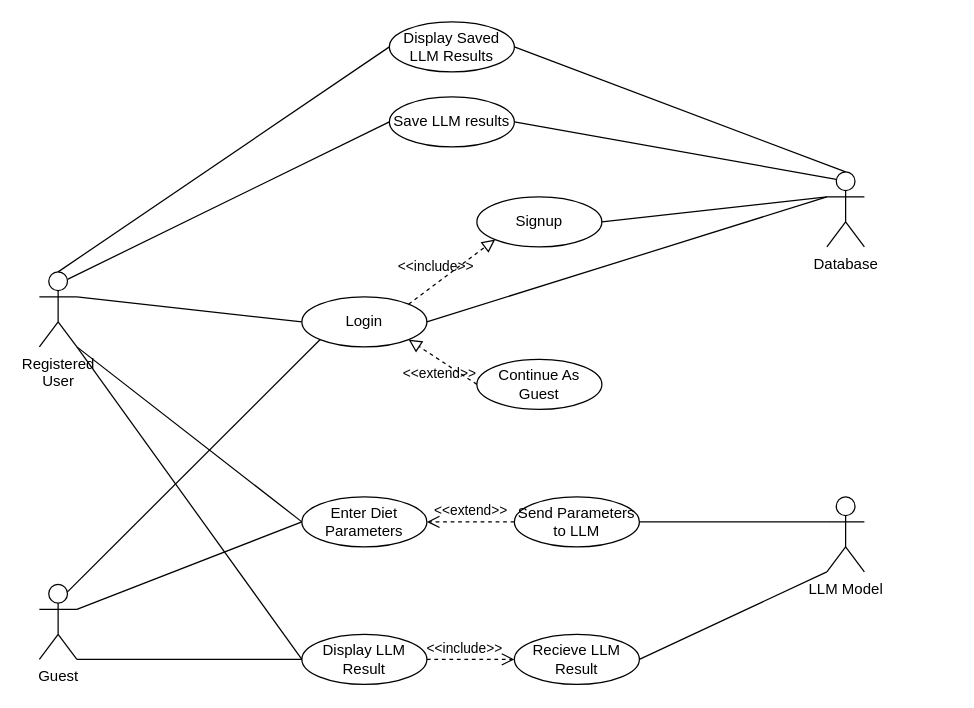
Above: diagrams/use-case.drawio in ChrisMichaudd/seng401test (draw.io), before the change. Source tidied: cells renumbered, new cells numbered last; positions are measured from the earlier drawing's top-left corner, leaving out a move shared by most shapes. Both pictures are drawn from the tidied source at 125%, with x=0, y=0 at pixel (39, 21).
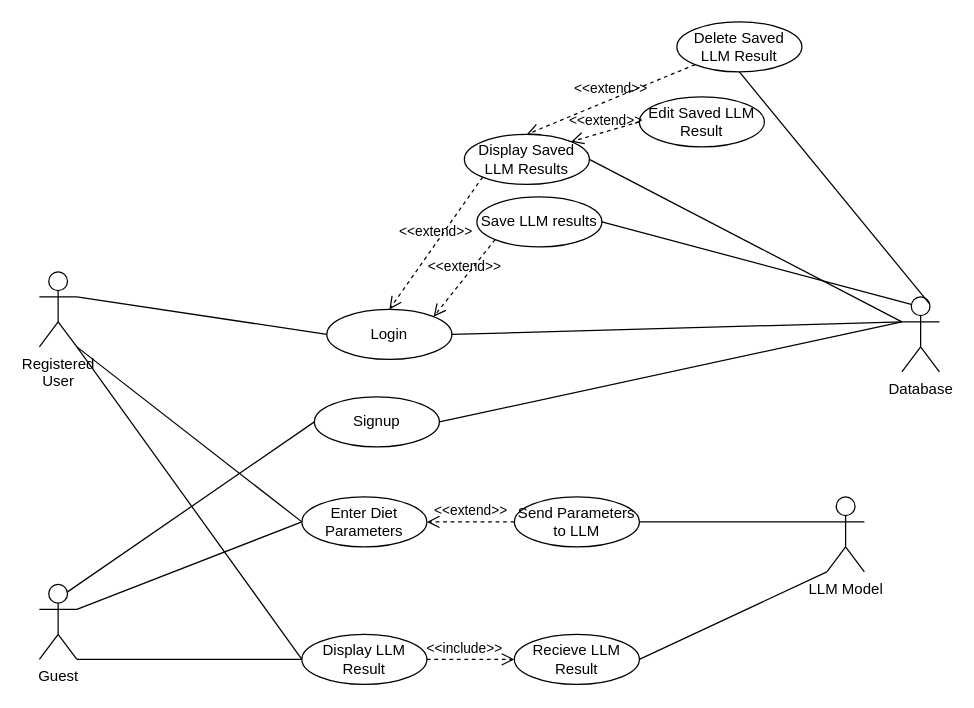
The same diagram, later.

The change refers to these unchanged cells:
```xml
<mxCell id="2" value="Registered&lt;br&gt;User" style="shape=umlActor;verticalLabelPosition=bottom;verticalAlign=top;html=1;outlineConnect=0;" parent="1" vertex="1">
  <mxGeometry y="200" width="30" height="60" as="geometry" />
</mxCell>
<mxCell id="29" value="Guest" style="shape=umlActor;verticalLabelPosition=bottom;verticalAlign=top;html=1;outlineConnect=0;" parent="1" vertex="1">
  <mxGeometry y="450" width="30" height="60" as="geometry" />
</mxCell>
```

Diff of the diagram source:
```diff
@@
     <mxCell id="4" value="Login" style="ellipse;whiteSpace=wrap;html=1;align=center;" parent="1" vertex="1">
-      <mxGeometry x="210" y="220" width="100" height="40" as="geometry" />
+      <mxGeometry x="230" y="230" width="100" height="40" as="geometry" />
     </mxCell>
-    <mxCell id="5" value="&amp;lt;&amp;lt;include&amp;gt;&amp;gt;" style="endArrow=block;startArrow=none;endFill=0;startFill=0;endSize=8;html=1;verticalAlign=bottom;dashed=1;labelBackgroundColor=none;rounded=0;exitX=1;exitY=0;exitDx=0;exitDy=0;entryX=0;entryY=1;entryDx=0;entryDy=0;" parent="1" edge="1" source="4" target="6">
-      <mxGeometry x="-0.3" y="4" relative="1" as="geometry" />
-    </mxCell>
     <mxCell id="6" value="Signup" style="ellipse;whiteSpace=wrap;html=1;align=center;" parent="1" vertex="1">
-      <mxGeometry x="350" y="140" width="100" height="40" as="geometry" />
+      <mxGeometry x="220" y="300" width="100" height="40" as="geometry" />
     </mxCell>
-    <mxCell id="7" value="&amp;lt;&amp;lt;extend&amp;gt;&amp;gt;" style="endArrow=block;startArrow=none;endFill=0;startFill=0;endSize=8;html=1;verticalAlign=bottom;dashed=1;labelBackgroundColor=none;rounded=0;entryX=1;entryY=1;entryDx=0;entryDy=0;exitX=0;exitY=0.5;exitDx=0;exitDy=0;" parent="1" edge="1" source="8" target="4">
-      <mxGeometry x="-0.23" y="16" relative="1" as="geometry" />
-    </mxCell>
-    <mxCell id="8" value="Continue As Guest" style="ellipse;whiteSpace=wrap;html=1;align=center;" parent="1" vertex="1">
-      <mxGeometry x="350" y="270" width="100" height="40" as="geometry" />
-    </mxCell>
     <mxCell id="9" value="Database" style="shape=umlActor;verticalLabelPosition=bottom;verticalAlign=top;html=1;" parent="1" vertex="1">
-      <mxGeometry x="630" y="120" width="30" height="60" as="geometry" />
+      <mxGeometry x="690" y="220" width="30" height="60" as="geometry" />
     </mxCell>
@@
     <mxCell id="19" value="Save LLM results" style="ellipse;whiteSpace=wrap;html=1;align=center;" parent="1" vertex="1">
-      <mxGeometry x="280" y="60" width="100" height="40" as="geometry" />
+      <mxGeometry x="350" y="140" width="100" height="40" as="geometry" />
     </mxCell>
-    <mxCell id="20" style="endArrow=none;html=1;rounded=0;exitX=0.75;exitY=0.1;exitDx=0;exitDy=0;exitPerimeter=0;entryX=0;entryY=0.5;entryDx=0;entryDy=0;" parent="1" edge="1" source="2" target="19">
-      <mxGeometry relative="1" as="geometry" />
-    </mxCell>
@@
     <mxCell id="23" value="Display Saved LLM Results" style="ellipse;whiteSpace=wrap;html=1;align=center;" parent="1" vertex="1">
-      <mxGeometry x="280" width="100" height="40" as="geometry" />
+      <mxGeometry x="340" y="90" width="100" height="40" as="geometry" />
     </mxCell>
-    <mxCell id="24" style="endArrow=none;html=1;rounded=0;exitX=0.5;exitY=0;exitDx=0;exitDy=0;exitPerimeter=0;entryX=0;entryY=0.5;entryDx=0;entryDy=0;" parent="1" edge="1" source="2" target="23">
-      <mxGeometry relative="1" as="geometry" />
-    </mxCell>
-    <mxCell id="25" style="endArrow=none;html=1;rounded=0;entryX=0.5;entryY=0;entryDx=0;entryDy=0;entryPerimeter=0;exitX=1;exitY=0.5;exitDx=0;exitDy=0;" parent="1" edge="1" source="23" target="9">
-      <mxGeometry relative="1" as="geometry" />
+    <mxCell id="25" style="endArrow=none;html=1;rounded=0;exitX=1;exitY=0.5;exitDx=0;exitDy=0;" parent="1" edge="1" source="23">
+      <mxGeometry relative="1" as="geometry">
+        <mxPoint x="690" y="240" as="targetPoint" />
+      </mxGeometry>
     </mxCell>
@@
-    <mxCell id="32" style="endArrow=none;html=1;rounded=0;exitX=0.75;exitY=0.1;exitDx=0;exitDy=0;exitPerimeter=0;entryX=0;entryY=1;entryDx=0;entryDy=0;" parent="1" edge="1" source="29" target="4">
-      <mxGeometry relative="1" as="geometry" />
-    </mxCell>
+    <mxCell id="33" style="endArrow=none;html=1;rounded=0;exitX=0.75;exitY=0.1;exitDx=0;exitDy=0;exitPerimeter=0;entryX=0;entryY=0.5;entryDx=0;entryDy=0;" parent="1" edge="1" source="29" target="6">
+      <mxGeometry relative="1" as="geometry" />
+    </mxCell>
+    <mxCell id="34" value="&amp;lt;&amp;lt;extend&amp;gt;&amp;gt;" style="endArrow=open;startArrow=none;endFill=0;startFill=0;endSize=8;html=1;verticalAlign=bottom;dashed=1;labelBackgroundColor=none;rounded=0;entryX=1;entryY=0;entryDx=0;entryDy=0;exitX=0;exitY=1;exitDx=0;exitDy=0;" parent="1" edge="1" source="19" target="4">
+      <mxGeometry relative="1" as="geometry" />
+    </mxCell>
+    <mxCell id="35" value="&amp;lt;&amp;lt;extend&amp;gt;&amp;gt;" style="endArrow=open;startArrow=none;endFill=0;startFill=0;endSize=8;html=1;verticalAlign=bottom;dashed=1;labelBackgroundColor=none;rounded=0;entryX=0.5;entryY=0;entryDx=0;entryDy=0;exitX=0;exitY=1;exitDx=0;exitDy=0;" parent="1" edge="1" source="23" target="4">
+      <mxGeometry relative="1" as="geometry" />
+    </mxCell>
+    <mxCell id="36" value="&amp;lt;&amp;lt;extend&amp;gt;&amp;gt;" style="endArrow=open;startArrow=none;endFill=0;startFill=0;endSize=8;html=1;verticalAlign=bottom;dashed=1;labelBackgroundColor=none;rounded=0;entryX=0.5;entryY=0;entryDx=0;entryDy=0;exitX=0;exitY=1;exitDx=0;exitDy=0;" parent="1" edge="1" source="37" target="23">
+      <mxGeometry relative="1" as="geometry" />
+    </mxCell>
+    <mxCell id="37" value="Delete Saved LLM Result" style="ellipse;whiteSpace=wrap;html=1;align=center;" parent="1" vertex="1">
+      <mxGeometry x="510" width="100" height="40" as="geometry" />
+    </mxCell>
+    <mxCell id="38" style="endArrow=none;html=1;rounded=0;exitX=0.5;exitY=1;exitDx=0;exitDy=0;entryX=0.75;entryY=0.1;entryDx=0;entryDy=0;entryPerimeter=0;" parent="1" edge="1" source="37" target="9">
+      <mxGeometry relative="1" as="geometry" />
+    </mxCell>
+    <mxCell id="39" value="Edit Saved LLM Result" style="ellipse;whiteSpace=wrap;html=1;align=center;" parent="1" vertex="1">
+      <mxGeometry x="480" y="60" width="100" height="40" as="geometry" />
+    </mxCell>
+    <mxCell id="40" value="&amp;lt;&amp;lt;extend&amp;gt;&amp;gt;" style="endArrow=open;startArrow=none;endFill=0;startFill=0;endSize=8;html=1;verticalAlign=bottom;dashed=1;labelBackgroundColor=none;rounded=0;entryX=1;entryY=0;entryDx=0;entryDy=0;exitX=0;exitY=0.5;exitDx=0;exitDy=0;" parent="1" edge="1" source="39" target="23">
+      <mxGeometry relative="1" as="geometry" />
+    </mxCell>
```
